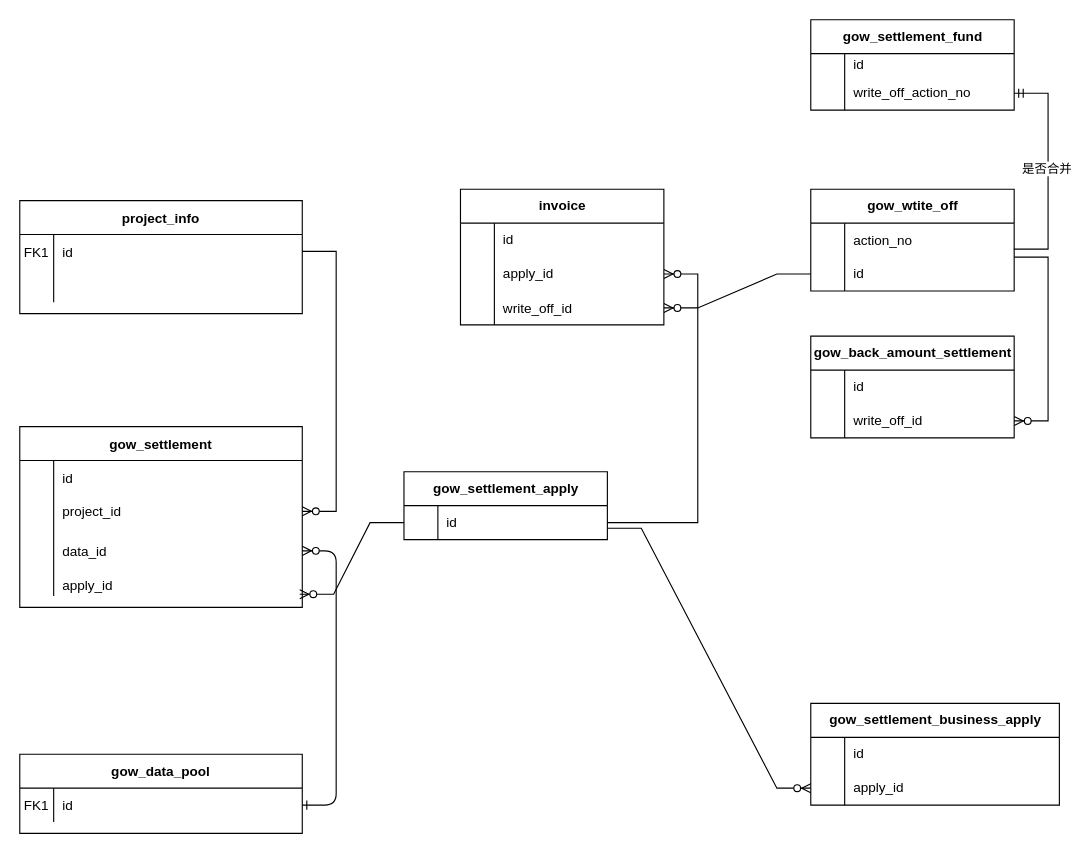
The draw.io diagram 未命名绘图.drawio in sunwangyan/Test, before the edit. Source tidied: cells renumbered, new cells numbered last; positions are measured from the earlier drawing's top-left corner, leaving out a move shared by most shapes. Both pictures are drawn from the tidied source at 113%, with x=0, y=0 at pixel (19, 19).
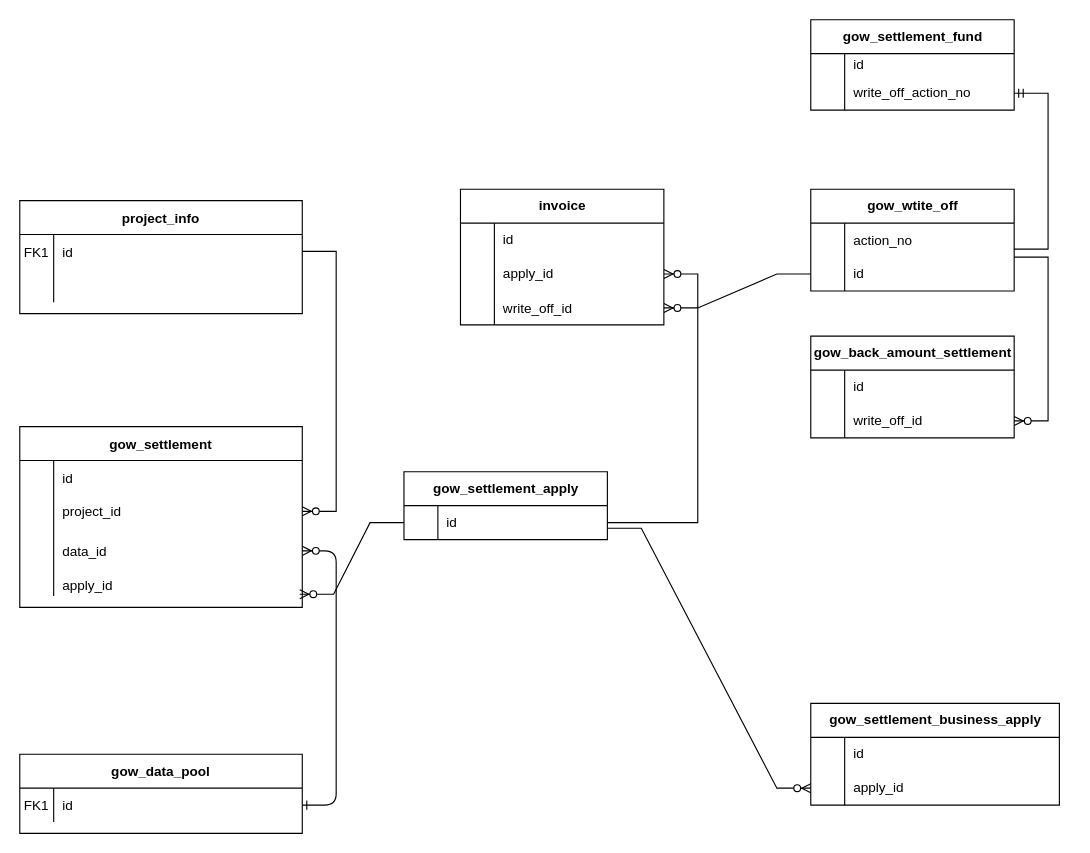
After the change.

The change refers to these unchanged cells:
```xml
<mxCell id="67" style="edgeStyle=entityRelationEdgeStyle;fontSize=12;html=1;endArrow=ERmandOne;rounded=0;exitX=0.998;exitY=0.767;exitDx=0;exitDy=0;exitPerimeter=0;" parent="1" edge="1" source="45" target="64">
  <mxGeometry relative="1" as="geometry" />
</mxCell>
```

The edit, as a diff of the source:
```diff
@@
-    <mxCell id="68" value="是否合并" style="edgeLabel;html=1;align=center;verticalAlign=middle;" parent="67" vertex="1">
-      <mxGeometry x="0.03" y="2" relative="1" as="geometry" />
-    </mxCell>
```
